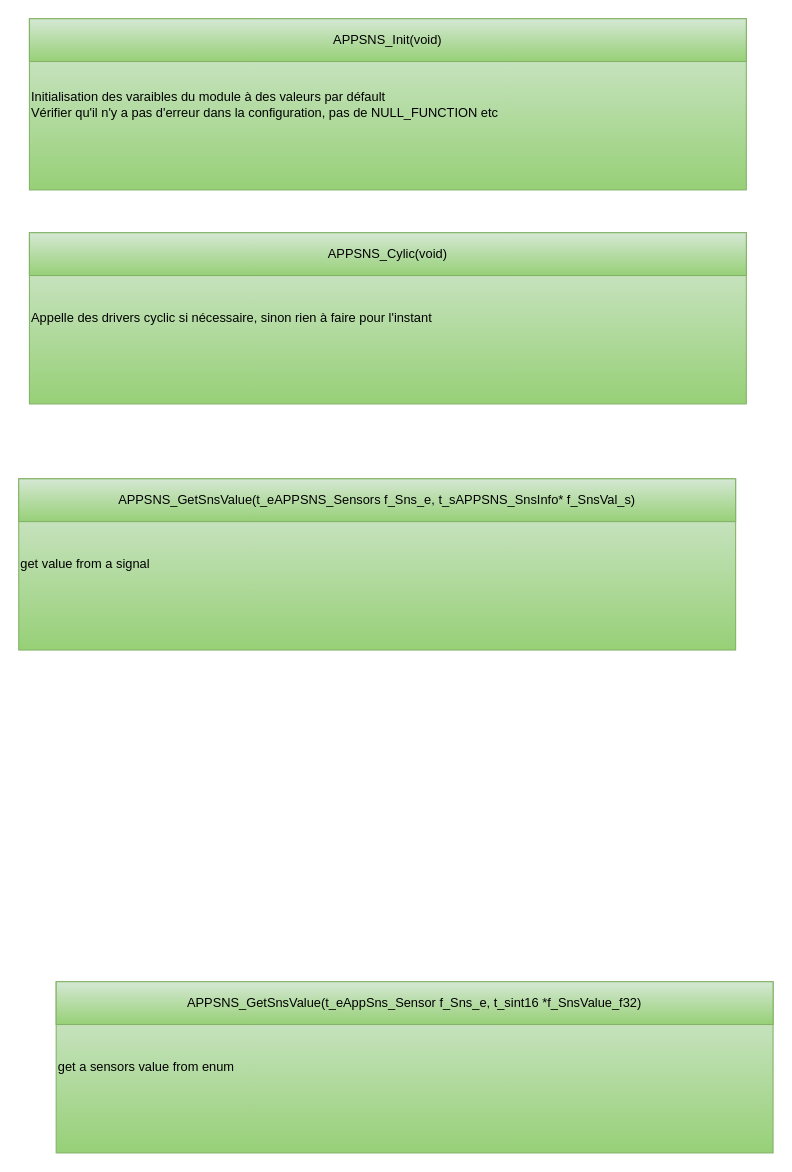
This is page "API" (3 of 8) of src/3_APP/APP_CTRL/APP_SNS/Doc/AppSns_Architecture.drawio from mbarbeau0545/Embedded_Common, a draw.io file, before an edit. Source tidied: cells renumbered, new cells numbered last; positions are measured from the earlier drawing's top-left corner, leaving out a move shared by most shapes. Both pictures are drawn from the tidied source at 107%, with x=0, y=0 at pixel (18, 18).
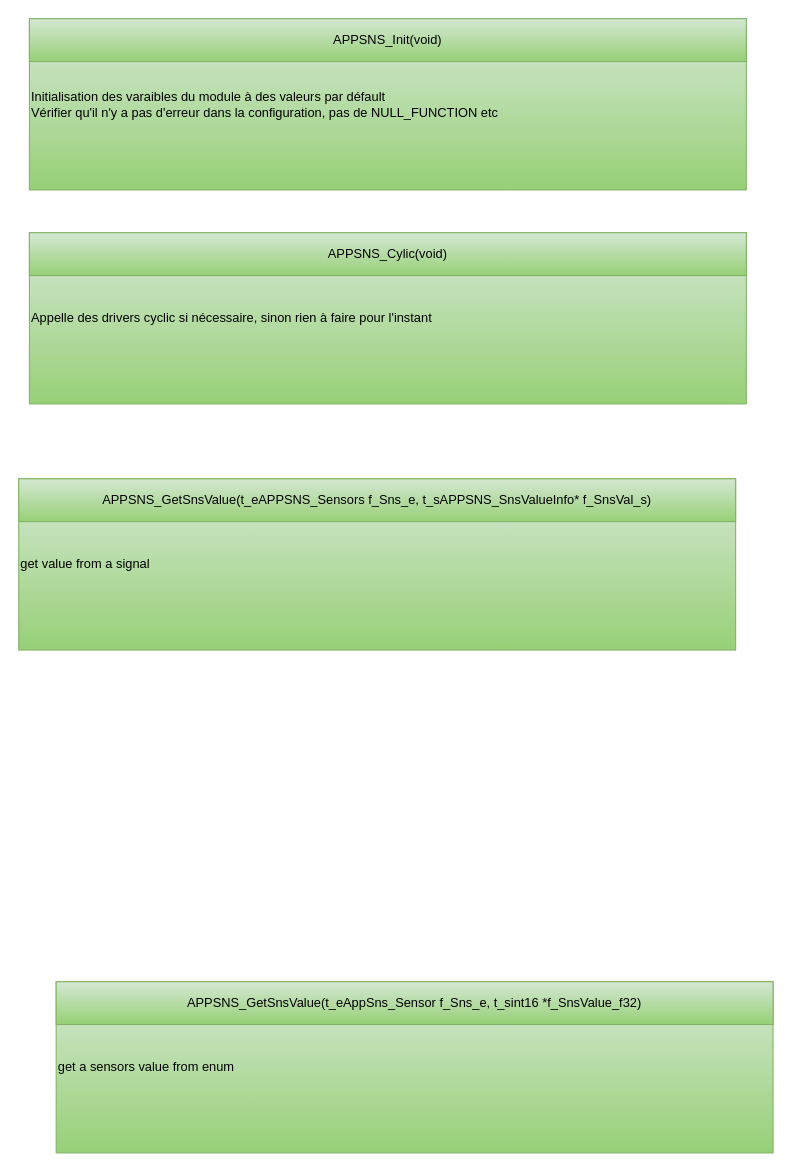
After the change.

The edit, as a diff of the source:
```diff
@@
 <mxGraphModel>
   <root>
     <mxCell id="0" />
     <mxCell id="1" parent="0" />
     <mxCell id="2" style="group;" parent="1" vertex="1">
       <mxGeometry x="10" width="670" height="160" as="geometry" />
     </mxCell>
     <mxCell id="3" value="Initialisation des varaibles du module à des valeurs par défault&lt;div&gt;Vérifier qu'il n'y a pas d'erreur dans la configuration, pas de NULL_FUNCTION etc&amp;nbsp;&lt;br&gt;&lt;/div&gt;" style="rounded=0;whiteSpace=wrap;html=1;fillColor=#d5e8d4;gradientColor=#97d077;strokeColor=#82b366;fontColor=#000000;align=left;" parent="2" vertex="1">
       <mxGeometry width="670" height="160" as="geometry" />
     </mxCell>
     <mxCell id="4" value="APPSNS_Init(void)" style="rounded=0;whiteSpace=wrap;html=1;fillColor=#d5e8d4;gradientColor=#97d077;strokeColor=#82b366;fontColor=#000000;" parent="2" vertex="1">
       <mxGeometry width="670" height="40" as="geometry" />
     </mxCell>
     <mxCell id="5" style="group;" parent="1" vertex="1">
       <mxGeometry x="35" y="900" width="670" height="160" as="geometry" />
     </mxCell>
     <mxCell id="6" value="get a sensors value from enum&amp;nbsp;" style="rounded=0;whiteSpace=wrap;html=1;fillColor=#d5e8d4;gradientColor=#97d077;strokeColor=#82b366;fontColor=#000000;align=left;" parent="5" vertex="1">
       <mxGeometry width="670" height="160" as="geometry" />
     </mxCell>
     <mxCell id="7" value="APPSNS_GetSnsValue(t_eAppSns_Sensor f_Sns_e, t_sint16 *f_SnsValue_f32)" style="rounded=0;whiteSpace=wrap;html=1;fillColor=#d5e8d4;gradientColor=#97d077;strokeColor=#82b366;fontColor=#000000;" parent="5" vertex="1">
       <mxGeometry width="670" height="40" as="geometry" />
     </mxCell>
     <mxCell id="8" style="group;" parent="1" vertex="1">
       <mxGeometry x="10" y="200" width="670" height="160" as="geometry" />
     </mxCell>
     <mxCell id="9" value="Appelle des drivers cyclic si nécessaire, sinon rien à faire pour l'instant" style="rounded=0;whiteSpace=wrap;html=1;fillColor=#d5e8d4;gradientColor=#97d077;strokeColor=#82b366;fontColor=#000000;align=left;" parent="8" vertex="1">
       <mxGeometry width="670" height="160" as="geometry" />
     </mxCell>
     <mxCell id="10" value="APPSNS_Cylic(void)" style="rounded=0;whiteSpace=wrap;html=1;fillColor=#d5e8d4;gradientColor=#97d077;strokeColor=#82b366;fontColor=#000000;" parent="8" vertex="1">
       <mxGeometry width="670" height="40" as="geometry" />
     </mxCell>
     <mxCell id="11" style="group;fontSize=12;" parent="1" vertex="1">
       <mxGeometry y="430" width="670" height="160" as="geometry" />
     </mxCell>
     <mxCell id="12" value="get value from a signal&amp;nbsp;" style="rounded=0;whiteSpace=wrap;html=1;fillColor=#d5e8d4;gradientColor=#97d077;strokeColor=#82b366;fontColor=#000000;align=left;" parent="11" vertex="1">
       <mxGeometry width="670" height="160" as="geometry" />
     </mxCell>
-    <mxCell id="13" value="APPSNS_GetSnsValue(t_eAPPSNS_Sensors f_Sns_e,&amp;nbsp;&lt;span style=&quot;font-size: 12px; text-align: left; text-wrap: nowrap;&quot;&gt;t_sAPPSNS_SnsInfo&lt;/span&gt;&lt;span style=&quot;font-size: 12px; text-align: left; text-wrap: nowrap;&quot;&gt;* f_SnsVal_s)&lt;/span&gt;" style="rounded=0;whiteSpace=wrap;html=1;fillColor=#d5e8d4;gradientColor=#97d077;strokeColor=#82b366;fontColor=#000000;fontSize=12;" parent="11" vertex="1">
+    <mxCell id="13" value="APPSNS_GetSnsValue(t_eAPPSNS_Sensors f_Sns_e,&amp;nbsp;&lt;span style=&quot;font-size: 12px; text-align: left; text-wrap: nowrap;&quot;&gt;t_sAPPSNS_SnsValueInfo&lt;/span&gt;&lt;span style=&quot;font-size: 12px; text-align: left; text-wrap: nowrap;&quot;&gt;* f_SnsVal_s)&lt;/span&gt;" style="rounded=0;whiteSpace=wrap;html=1;fillColor=#d5e8d4;gradientColor=#97d077;strokeColor=#82b366;fontColor=#000000;fontSize=12;" parent="11" vertex="1">
       <mxGeometry width="670" height="40" as="geometry" />
     </mxCell>
   </root>
 </mxGraphModel>
```
